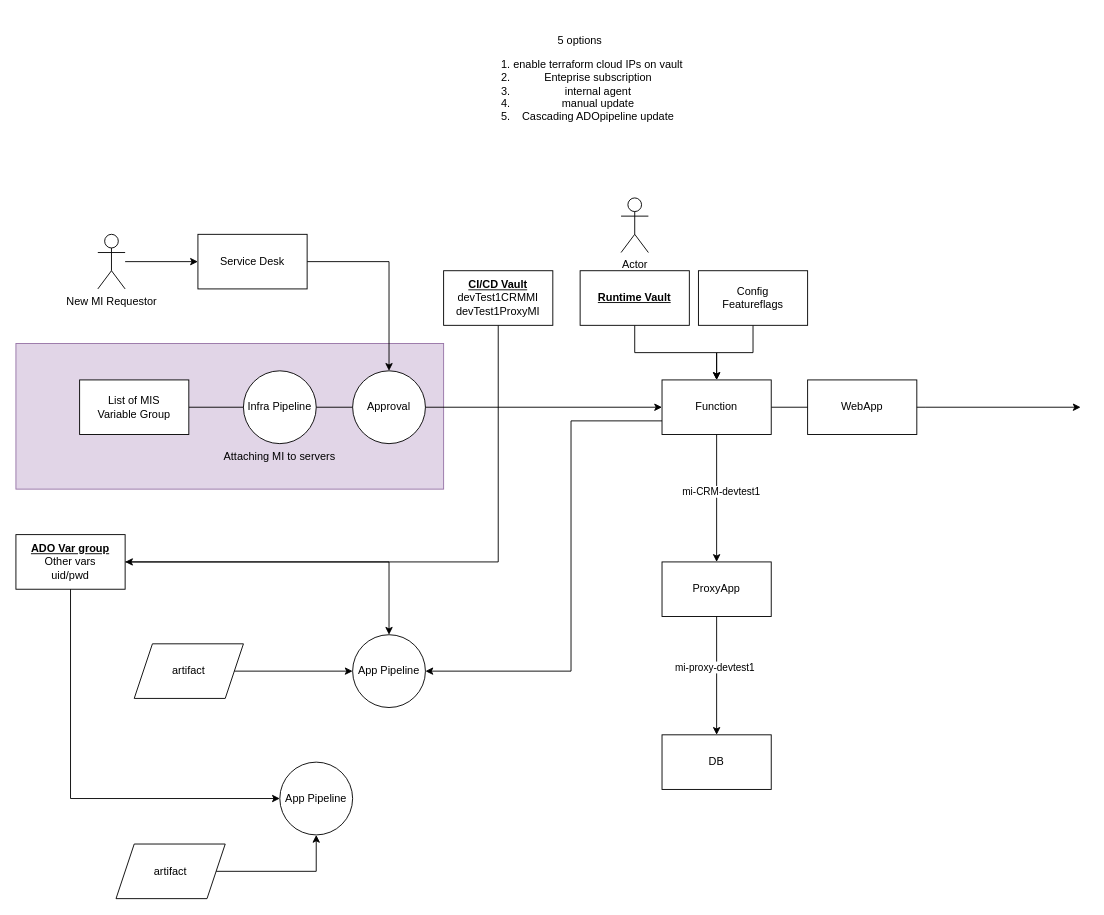
Earlier version of the draw.io diagram infra/VaultConfigMI.drawio (vjavle/invoicecloud). Source tidied: cells renumbered, new cells numbered last; positions are measured from the earlier drawing's top-left corner, leaving out a move shared by most shapes. Both pictures are drawn from the tidied source at 91%, with x=0, y=0 at pixel (15, 15).
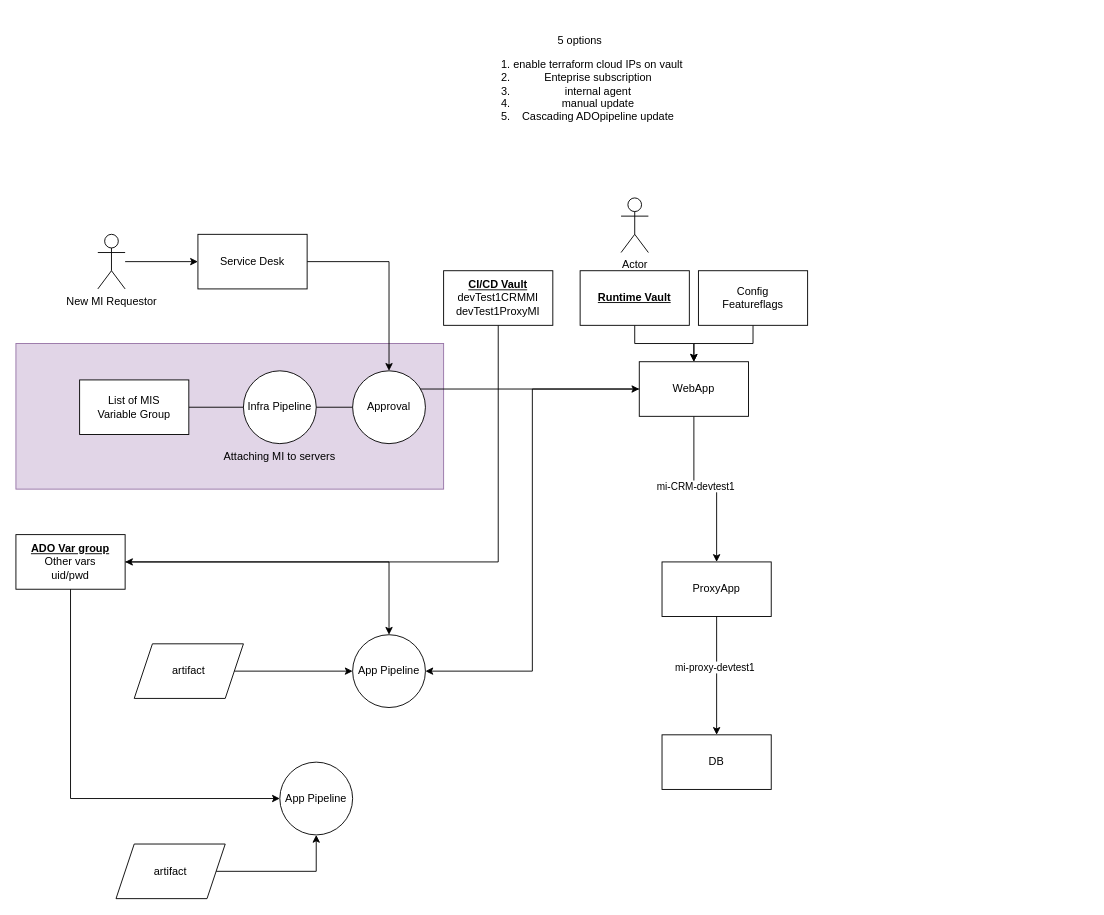
The same page after the edit.

Unchanged cells that the change refers to:
```xml
<mxCell id="7" value="ProxyApp" style="rounded=0;whiteSpace=wrap;html=1;" parent="1" vertex="1">
  <mxGeometry x="710" y="600" width="120" height="60" as="geometry" />
</mxCell>
<mxCell id="16" value="List of MIS&lt;br&gt;Variable Group" style="rounded=0;whiteSpace=wrap;html=1;" parent="1" vertex="1">
  <mxGeometry x="70" y="400" width="120" height="60" as="geometry" />
</mxCell>
<mxCell id="19" value="App Pipeline" style="ellipse;whiteSpace=wrap;html=1;" parent="1" vertex="1">
  <mxGeometry x="370" y="680" width="80" height="80" as="geometry" />
</mxCell>
```

The edit, as a diff of the source:
```diff
@@
-    <mxCell id="3" style="edgeStyle=orthogonalEdgeStyle;rounded=0;jettySize=auto;html=1;" parent="1" edge="1" source="4">
-      <mxGeometry relative="1" as="geometry">
-        <mxPoint x="1170" y="430" as="targetPoint" />
-      </mxGeometry>
-    </mxCell>
-    <mxCell id="4" value="Function" style="rounded=0;whiteSpace=wrap;html=1;" parent="1" vertex="1">
-      <mxGeometry x="710" y="400" width="120" height="60" as="geometry" />
-    </mxCell>
-    <mxCell id="5" style="edgeStyle=orthogonalEdgeStyle;rounded=0;jettySize=auto;html=1;startArrow=classic;startFill=1;endArrow=none;endFill=0;" parent="1" edge="1" source="7" target="4">
+    <mxCell id="5" style="edgeStyle=orthogonalEdgeStyle;rounded=0;jettySize=auto;html=1;startArrow=classic;startFill=1;endArrow=none;endFill=0;" parent="1" edge="1" source="7" target="31">
       <mxGeometry relative="1" as="geometry" />
     </mxCell>
@@
-    <mxCell id="11" style="edgeStyle=orthogonalEdgeStyle;rounded=0;jettySize=auto;html=1;" parent="1" edge="1" source="12" target="4">
-      <mxGeometry relative="1" as="geometry" />
-    </mxCell>
-    <mxCell id="12" value="&lt;b&gt;&lt;u&gt;Runtime Vault&lt;/u&gt;&lt;/b&gt;" style="rounded=0;whiteSpace=wrap;html=1;" parent="1" vertex="1">
-      <mxGeometry x="620" y="280" width="120" height="60" as="geometry" />
-    </mxCell>
-    <mxCell id="13" style="edgeStyle=orthogonalEdgeStyle;rounded=0;jettySize=auto;html=1;entryX=0.5;entryY=0;entryDx=0;entryDy=0;" parent="1" edge="1" source="14" target="4">
-      <mxGeometry relative="1" as="geometry" />
-    </mxCell>
-    <mxCell id="14" value="Config&lt;br&gt;Featureflags" style="rounded=0;whiteSpace=wrap;html=1;" parent="1" vertex="1">
-      <mxGeometry x="750" y="280" width="120" height="60" as="geometry" />
-    </mxCell>
+    <mxCell id="39" style="edgeStyle=orthogonalEdgeStyle;rounded=0;jettySize=auto;html=1;" parent="1" edge="1" source="12" target="31">
+      <mxGeometry relative="1" as="geometry" />
+    </mxCell>
+    <mxCell id="40" style="edgeStyle=orthogonalEdgeStyle;rounded=0;jettySize=auto;html=1;entryX=0.5;entryY=0;entryDx=0;entryDy=0;" parent="1" edge="1" source="14" target="31">
+      <mxGeometry relative="1" as="geometry" />
+    </mxCell>
-    <mxCell id="15" style="edgeStyle=orthogonalEdgeStyle;rounded=0;jettySize=auto;html=1;" parent="1" edge="1" source="16" target="4">
+    <mxCell id="15" style="edgeStyle=orthogonalEdgeStyle;rounded=0;jettySize=auto;html=1;" parent="1" edge="1" source="16" target="31">
       <mxGeometry relative="1" as="geometry" />
     </mxCell>
@@
-    <mxCell id="18" style="edgeStyle=orthogonalEdgeStyle;rounded=0;jettySize=auto;html=1;entryX=0;entryY=0.75;entryDx=0;entryDy=0;startArrow=classic;startFill=1;endArrow=none;endFill=0;" parent="1" edge="1" source="19" target="4">
-      <mxGeometry relative="1" as="geometry">
-        <Array as="points">
-          <mxPoint x="610" y="720" />
-          <mxPoint x="610" y="445" />
-        </Array>
-      </mxGeometry>
+    <mxCell id="18" style="edgeStyle=orthogonalEdgeStyle;rounded=0;jettySize=auto;html=1;entryX=0;entryY=0.5;entryDx=0;entryDy=0;startArrow=classic;startFill=1;endArrow=none;endFill=0;" parent="1" edge="1" source="19" target="31">
+      <mxGeometry relative="1" as="geometry" />
     </mxCell>
@@
     <mxCell id="31" value="WebApp" style="rounded=0;whiteSpace=wrap;html=1;" parent="1" vertex="1">
-      <mxGeometry x="870" y="400" width="120" height="60" as="geometry" />
+      <mxGeometry x="685" y="380" width="120" height="60" as="geometry" />
     </mxCell>
@@
+    <mxCell id="41" style="group;" parent="1" vertex="1">
+      <mxGeometry x="620" y="280" width="250" height="60" as="geometry" />
+    </mxCell>
+    <mxCell id="12" value="&lt;b&gt;&lt;u&gt;Runtime Vault&lt;/u&gt;&lt;/b&gt;" style="rounded=0;whiteSpace=wrap;html=1;" parent="41" vertex="1">
+      <mxGeometry width="120" height="60" as="geometry" />
+    </mxCell>
+    <mxCell id="14" value="Config&lt;br&gt;Featureflags" style="rounded=0;whiteSpace=wrap;html=1;" parent="41" vertex="1">
+      <mxGeometry x="130" width="120" height="60" as="geometry" />
+    </mxCell>
```
